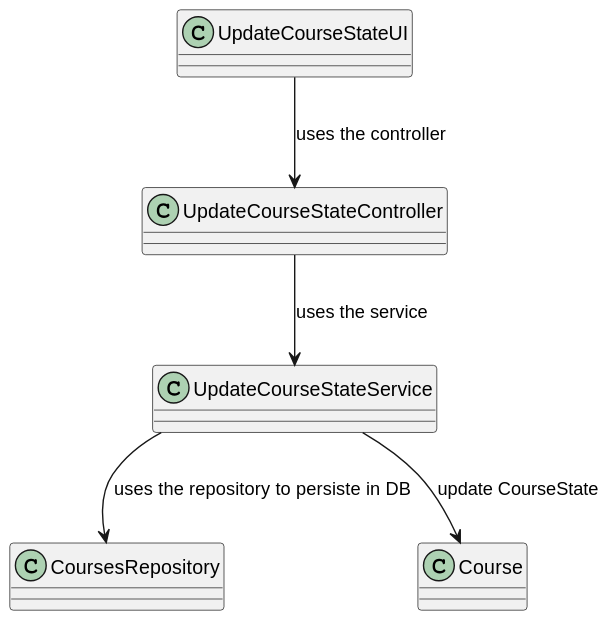
mascenso/isep-sem4-lapr4 keeps this PlantUML diagram as docs/SPRINT B/US1004/Class_Diagram.svg. Above is the earlier version.
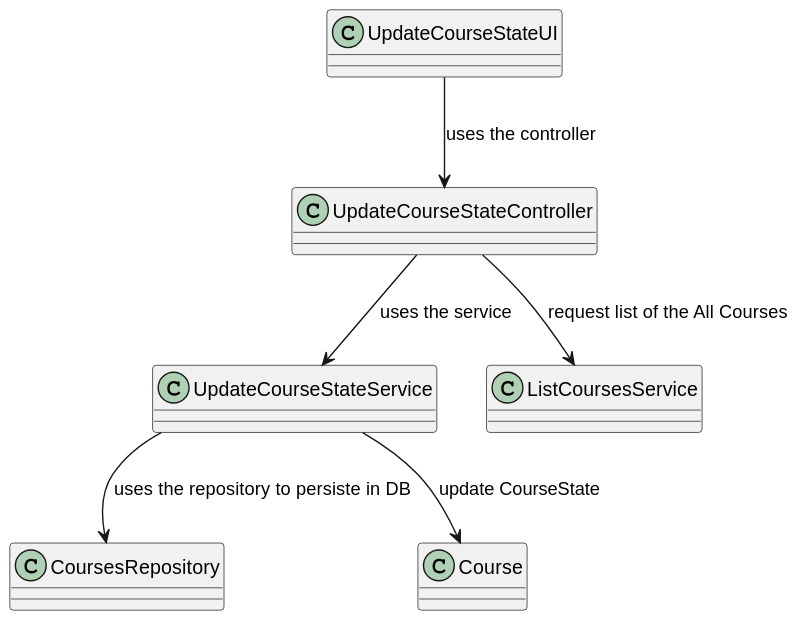
After the change.

Diff of the diagram source:
```diff
@@ -23,4 +23,5 @@
 UpdateCourseStateController --> UpdateCourseStateService: uses the service
 UpdateCourseStateService --> CoursesRepository: uses the repository to persiste in DB
 UpdateCourseStateService --> Course: update CourseState
+UpdateCourseStateController --> ListCoursesService: request list of the All Courses
 @enduml
```
